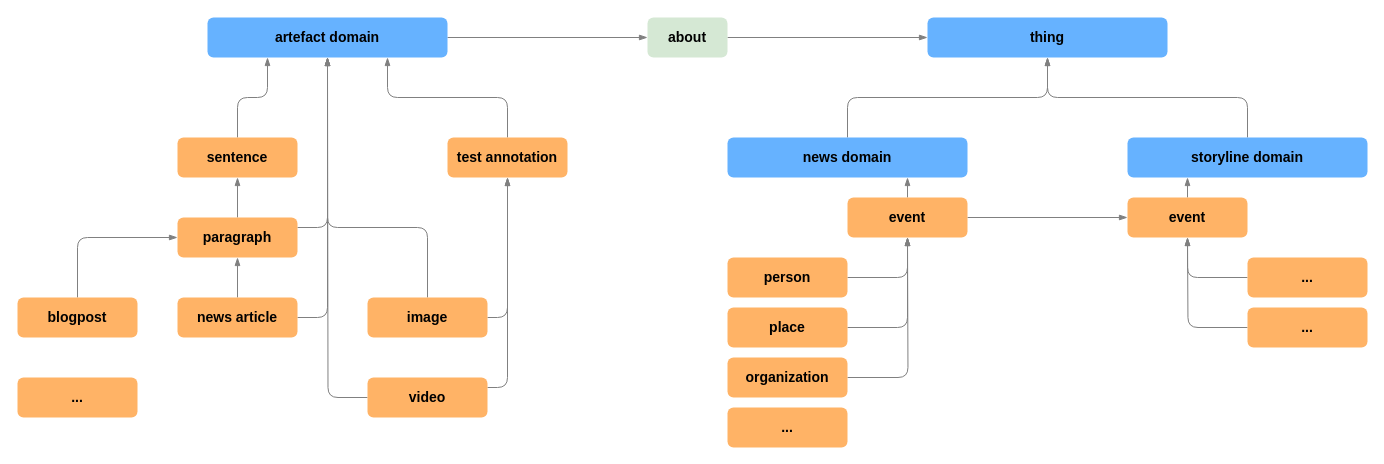
Above: images/draw.io/xml/modular_news_5.drawio in zushicat/notes-on-modular-news (draw.io), before the change. Source tidied: cells renumbered, new cells numbered last; positions are measured from the earlier drawing's top-left corner, leaving out a move shared by most shapes. Both pictures are drawn from the tidied source at 100%, with x=0, y=0 at pixel (17, 17).
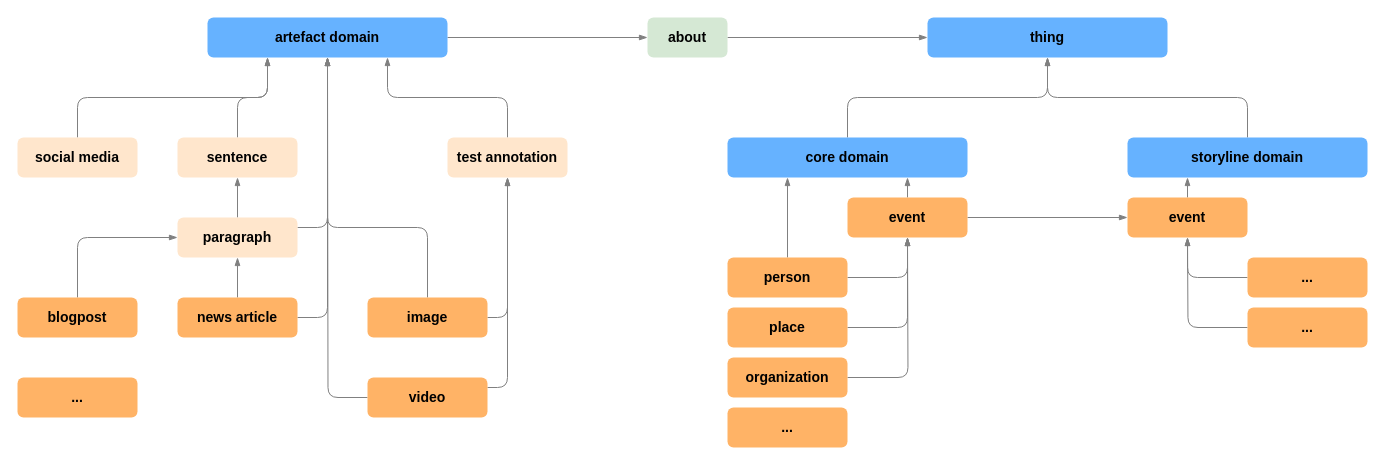
The same page after the edit.

The change refers to these unchanged cells:
```xml
<mxCell id="36" value="&lt;b&gt;&lt;font style=&quot;font-size: 14px&quot;&gt;person&lt;/font&gt;&lt;/b&gt;" style="rounded=1;whiteSpace=wrap;html=1;shadow=0;fillColor=#FFB366;strokeColor=none;" parent="1" vertex="1">
  <mxGeometry x="710" y="240" width="120" height="40" as="geometry" />
</mxCell>
```

Diff of the diagram source:
```diff
@@
-    <mxCell id="17" value="&lt;font style=&quot;font-size: 14px&quot;&gt;&lt;b&gt;paragraph&lt;/b&gt;&lt;br&gt;&lt;/font&gt;" style="rounded=1;whiteSpace=wrap;html=1;strokeColor=none;fillColor=#FFB366;" parent="1" vertex="1">
+    <mxCell id="17" value="&lt;font style=&quot;font-size: 14px&quot;&gt;&lt;b&gt;paragraph&lt;/b&gt;&lt;br&gt;&lt;/font&gt;" style="rounded=1;whiteSpace=wrap;html=1;fillColor=#ffe6cc;strokeColor=none;" parent="1" vertex="1">
       <mxGeometry x="160" y="200" width="120" height="40" as="geometry" />
     </mxCell>
@@
-    <mxCell id="19" value="&lt;font style=&quot;font-size: 14px&quot;&gt;&lt;b&gt;sentence&lt;/b&gt;&lt;br&gt;&lt;/font&gt;" style="rounded=1;whiteSpace=wrap;html=1;strokeColor=none;fillColor=#FFB366;" parent="1" vertex="1">
+    <mxCell id="19" value="&lt;font style=&quot;font-size: 14px&quot;&gt;&lt;b&gt;sentence&lt;/b&gt;&lt;br&gt;&lt;/font&gt;" style="rounded=1;whiteSpace=wrap;html=1;fillColor=#ffe6cc;strokeColor=none;" parent="1" vertex="1">
       <mxGeometry x="160" y="120" width="120" height="40" as="geometry" />
     </mxCell>
@@
-    <mxCell id="21" value="&lt;font style=&quot;font-size: 14px&quot;&gt;&lt;b&gt;test annotation&lt;/b&gt;&lt;br&gt;&lt;/font&gt;" style="rounded=1;whiteSpace=wrap;html=1;strokeColor=none;fillColor=#FFB366;" parent="1" vertex="1">
+    <mxCell id="21" value="&lt;font style=&quot;font-size: 14px&quot;&gt;&lt;b&gt;test annotation&lt;/b&gt;&lt;br&gt;&lt;/font&gt;" style="rounded=1;whiteSpace=wrap;html=1;fillColor=#ffe6cc;strokeColor=none;" parent="1" vertex="1">
       <mxGeometry x="430" y="120" width="120" height="40" as="geometry" />
     </mxCell>
@@
-    <mxCell id="27" value="&lt;font style=&quot;font-size: 14px&quot;&gt;&lt;b&gt;news domain&lt;/b&gt;&lt;br&gt;&lt;/font&gt;" style="rounded=1;whiteSpace=wrap;html=1;strokeColor=none;fillColor=#66B2FF;" parent="1" vertex="1">
+    <mxCell id="27" value="&lt;font style=&quot;font-size: 14px&quot;&gt;&lt;b&gt;core domain&lt;/b&gt;&lt;br&gt;&lt;/font&gt;" style="rounded=1;whiteSpace=wrap;html=1;strokeColor=none;fillColor=#66B2FF;" parent="1" vertex="1">
       <mxGeometry x="710" y="120" width="240" height="40" as="geometry" />
     </mxCell>
@@
+    <mxCell id="46" style="edgeStyle=orthogonalEdgeStyle;rounded=1;jettySize=auto;html=1;entryX=0.25;entryY=1;entryDx=0;entryDy=0;endArrow=blockThin;endFill=1;strokeColor=#808080;fontSize=23;" parent="1" edge="1" source="36" target="27">
+      <mxGeometry relative="1" as="geometry" />
+    </mxCell>
@@
+    <mxCell id="47" style="edgeStyle=orthogonalEdgeStyle;rounded=1;jettySize=auto;html=1;endArrow=blockThin;endFill=1;strokeColor=#808080;fontSize=23;" parent="1" edge="1" source="48">
+      <mxGeometry relative="1" as="geometry">
+        <mxPoint x="250" y="40" as="targetPoint" />
+        <Array as="points">
+          <mxPoint x="60" y="80" />
+          <mxPoint x="250" y="80" />
+        </Array>
+      </mxGeometry>
+    </mxCell>
+    <mxCell id="48" value="&lt;font style=&quot;font-size: 14px&quot;&gt;&lt;b&gt;social media&lt;/b&gt;&lt;br&gt;&lt;/font&gt;" style="rounded=1;whiteSpace=wrap;html=1;fillColor=#ffe6cc;strokeColor=none;" parent="1" vertex="1">
+      <mxGeometry y="120" width="120" height="40" as="geometry" />
+    </mxCell>
```
